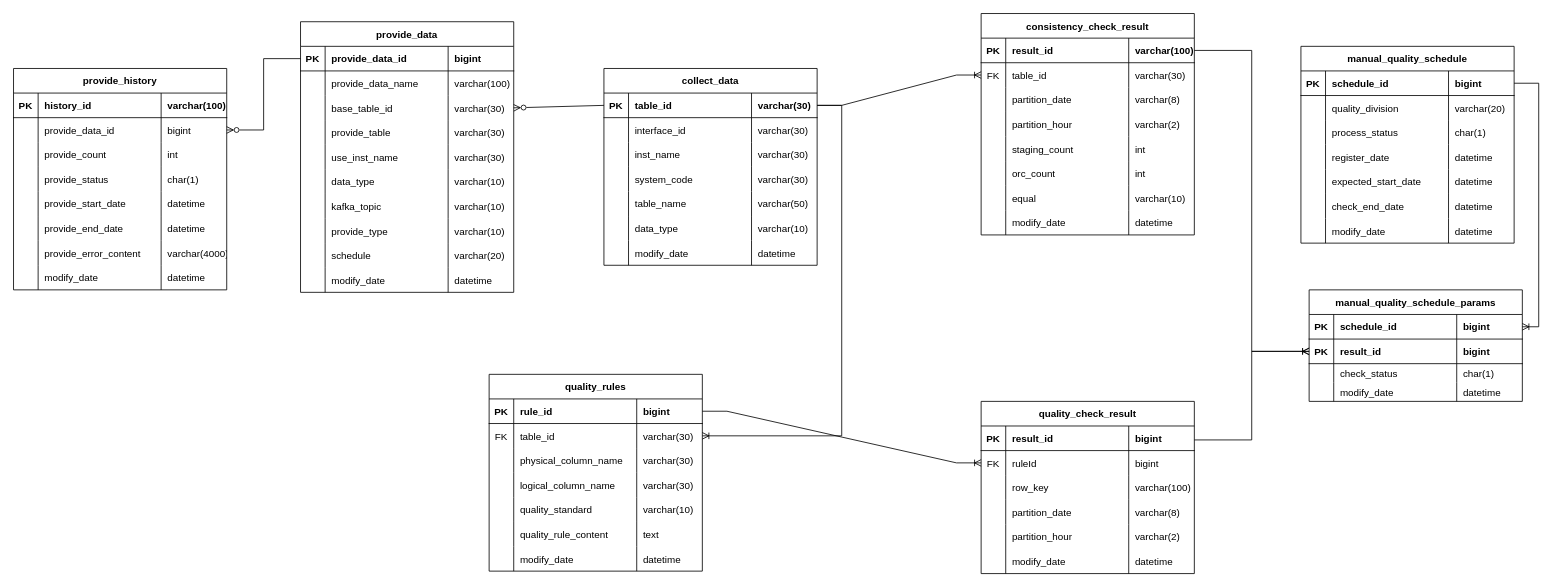
vtw-atm/bigdata-table-diagram keeps this draw.io diagram as 빅데이터 테이블 설계.drawio. Above is the earlier version. Source tidied: cells renumbered, new cells numbered last; positions are measured from the earlier drawing's top-left corner, leaving out a move shared by most shapes. Both pictures are drawn from the tidied source at 82%, with x=0, y=0 at pixel (13, 13).
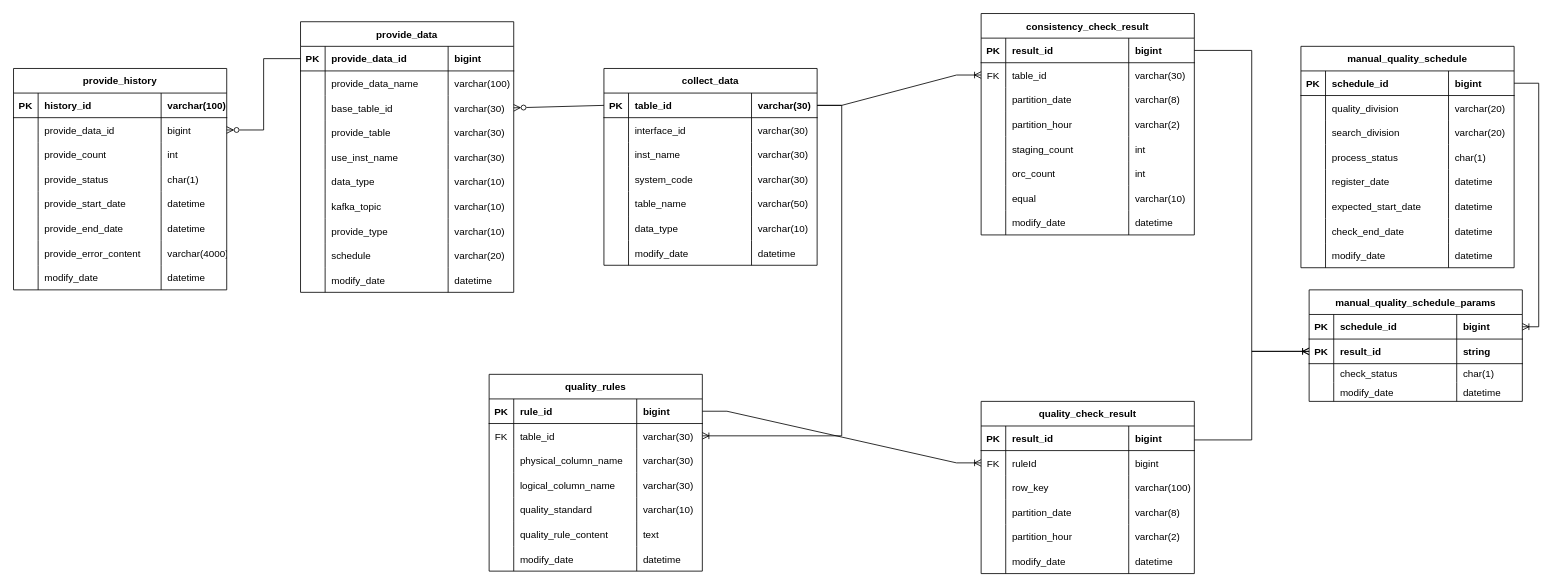
Above is the later version.

Commit message:
빅데이터 테이블 설계.drawio 업데이트

Unchanged cells that the change refers to:
```xml
<mxCell id="90" style="shape=tableRow;horizontal=0;startSize=0;swimlaneHead=0;swimlaneBody=0;fillColor=none;points=[[0,0.5],[1,0.5]];portConstraint=eastwest;top=0;left=0;right=0;bottom=1;rounded=0;" parent="89" vertex="1">
  <mxGeometry y="30" width="260" height="30" as="geometry" />
</mxCell>
<mxCell id="231" style="shape=tableRow;horizontal=0;startSize=0;swimlaneHead=0;swimlaneBody=0;fillColor=none;points=[[0,0.5],[1,0.5]];portConstraint=eastwest;top=0;left=0;right=0;bottom=1;rounded=0;" parent="226" vertex="1">
  <mxGeometry y="60" width="260" height="30" as="geometry" />
</mxCell>
```

The edit, as a diff of the source:
```diff
@@
     <mxCell id="31" value="manual_quality_schedule" style="shape=table;startSize=30;childLayout=tableLayout;rowLines=0;fontStyle=1;align=center;rounded=0;" parent="1" vertex="1">
-      <mxGeometry x="1570" y="40" width="260" height="240" as="geometry" />
+      <mxGeometry x="1570" y="40" width="260" height="270" as="geometry" />
     </mxCell>
@@
+    <mxCell id="246" style="shape=tableRow;horizontal=0;startSize=0;swimlaneHead=0;swimlaneBody=0;fillColor=none;top=0;left=0;right=0;bottom=0;rounded=0;" parent="31" vertex="1">
+      <mxGeometry y="90" width="260" height="30" as="geometry" />
+    </mxCell>
+    <mxCell id="247" style="shape=partialRectangle;fillColor=none;top=0;left=0;bottom=0;right=0;overflow=hidden;rounded=0;" parent="246" vertex="1">
+      <mxGeometry width="30" height="30" as="geometry" />
+    </mxCell>
+    <mxCell id="248" value="search_division" style="shape=partialRectangle;fillColor=none;top=0;left=0;bottom=0;right=0;align=left;spacingLeft=6;overflow=hidden;rounded=0;" parent="246" vertex="1">
+      <mxGeometry x="30" width="150" height="30" as="geometry" />
+    </mxCell>
+    <mxCell id="249" value="varchar(20)" style="shape=partialRectangle;fillColor=none;top=0;left=0;bottom=0;right=0;align=left;spacingLeft=6;overflow=hidden;rounded=0;" parent="246" vertex="1">
+      <mxGeometry x="180" width="80" height="30" as="geometry" />
+    </mxCell>
     <mxCell id="40" style="shape=tableRow;horizontal=0;startSize=0;swimlaneHead=0;swimlaneBody=0;fillColor=none;top=0;left=0;right=0;bottom=0;rounded=0;" parent="31" vertex="1">
-      <mxGeometry y="90" width="260" height="30" as="geometry" />
+      <mxGeometry y="120" width="260" height="30" as="geometry" />
     </mxCell>
@@
     <mxCell id="44" style="shape=tableRow;horizontal=0;startSize=0;swimlaneHead=0;swimlaneBody=0;fillColor=none;top=0;left=0;right=0;bottom=0;rounded=0;" parent="31" vertex="1">
-      <mxGeometry y="120" width="260" height="30" as="geometry" />
+      <mxGeometry y="150" width="260" height="30" as="geometry" />
     </mxCell>
@@
     <mxCell id="48" style="shape=tableRow;horizontal=0;startSize=0;swimlaneHead=0;swimlaneBody=0;fillColor=none;top=0;left=0;right=0;bottom=0;rounded=0;" parent="31" vertex="1">
-      <mxGeometry y="150" width="260" height="30" as="geometry" />
+      <mxGeometry y="180" width="260" height="30" as="geometry" />
     </mxCell>
@@
     <mxCell id="52" style="shape=tableRow;horizontal=0;startSize=0;swimlaneHead=0;swimlaneBody=0;fillColor=none;top=0;left=0;right=0;bottom=0;rounded=0;" parent="31" vertex="1">
-      <mxGeometry y="180" width="260" height="30" as="geometry" />
+      <mxGeometry y="210" width="260" height="30" as="geometry" />
     </mxCell>
@@
     <mxCell id="56" style="shape=tableRow;horizontal=0;startSize=0;swimlaneHead=0;swimlaneBody=0;fillColor=none;top=0;left=0;right=0;bottom=0;rounded=0;" parent="31" vertex="1">
-      <mxGeometry y="210" width="260" height="30" as="geometry" />
+      <mxGeometry y="240" width="260" height="30" as="geometry" />
     </mxCell>
@@
-    <mxCell id="93" value="varchar(100)" style="shape=partialRectangle;fillColor=none;top=0;left=0;bottom=0;right=0;align=left;spacingLeft=6;fontStyle=1;overflow=hidden;rounded=0;" parent="90" vertex="1">
+    <mxCell id="93" value="bigint" style="shape=partialRectangle;fillColor=none;top=0;left=0;bottom=0;right=0;align=left;spacingLeft=6;fontStyle=1;overflow=hidden;rounded=0;" parent="90" vertex="1">
       <mxGeometry x="180" width="80" height="30" as="geometry" />
     </mxCell>
@@
-    <mxCell id="234" value="bigint" style="shape=partialRectangle;fillColor=none;top=0;left=0;bottom=0;right=0;align=left;spacingLeft=6;fontStyle=1;overflow=hidden;rounded=0;" parent="231" vertex="1">
+    <mxCell id="234" value="string" style="shape=partialRectangle;fillColor=none;top=0;left=0;bottom=0;right=0;align=left;spacingLeft=6;fontStyle=1;overflow=hidden;rounded=0;" parent="231" vertex="1">
       <mxGeometry x="180" width="80" height="30" as="geometry" />
     </mxCell>
```
